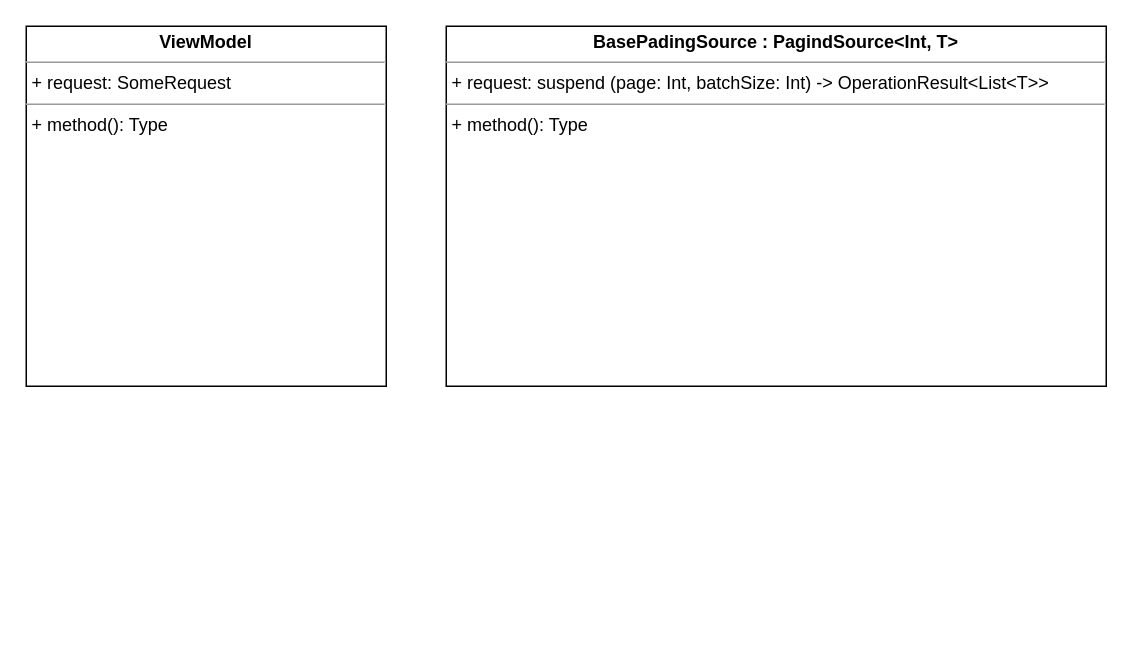
The draw.io diagram feature/Пагинатор.drawio in ShiryaevNikolay/diagrams, before the edit. Source tidied: cells renumbered, new cells numbered last; positions are measured from the earlier drawing's top-left corner, leaving out a move shared by most shapes. Both pictures are drawn from the tidied source at 150%, with x=0, y=0 at pixel (26, 26).
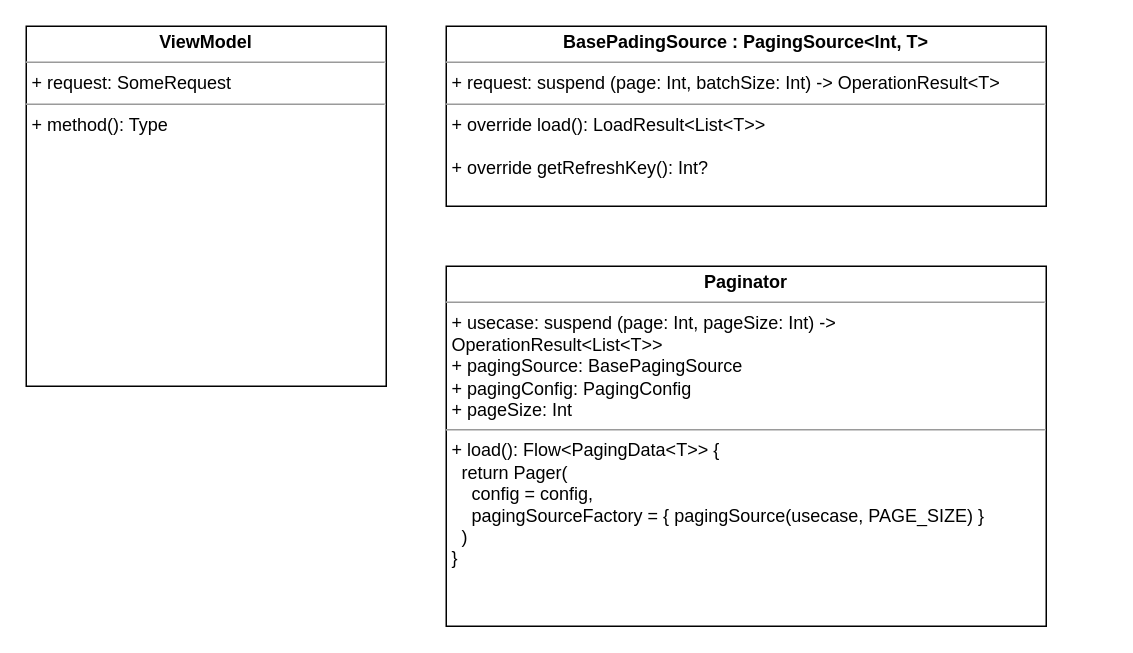
After the change.

The edit, as a diff of the source:
```diff
@@
 <mxGraphModel>
   <root>
     <mxCell id="0" />
     <mxCell id="1" parent="0" />
     <mxCell id="2" value="&lt;p style=&quot;margin:0px;margin-top:4px;text-align:center;&quot;&gt;&lt;b&gt;ViewModel&lt;/b&gt;&lt;br&gt;&lt;/p&gt;&lt;hr size=&quot;1&quot;&gt;&lt;p style=&quot;margin:0px;margin-left:4px;&quot;&gt;+ request: SomeRequest&lt;/p&gt;&lt;hr size=&quot;1&quot;&gt;&lt;p style=&quot;margin:0px;margin-left:4px;&quot;&gt;+ method(): Type&lt;/p&gt;" style="verticalAlign=top;align=left;overflow=fill;fontSize=12;fontFamily=Helvetica;html=1;whiteSpace=wrap;" parent="1" vertex="1">
       <mxGeometry width="240" height="240" as="geometry" />
     </mxCell>
-    <mxCell id="3" value="&lt;p style=&quot;margin:0px;margin-top:4px;text-align:center;&quot;&gt;&lt;b&gt;BasePadingSource : PagindSource&amp;lt;Int, T&amp;gt;&lt;br&gt;&lt;/b&gt;&lt;/p&gt;&lt;hr size=&quot;1&quot;&gt;&lt;p style=&quot;margin:0px;margin-left:4px;&quot;&gt;+ request: suspend (page: Int, batchSize: Int) -&amp;gt; OperationResult&amp;lt;List&amp;lt;T&amp;gt;&amp;gt;&lt;br&gt;&lt;/p&gt;&lt;hr size=&quot;1&quot;&gt;&lt;p style=&quot;margin:0px;margin-left:4px;&quot;&gt;+ method(): Type&lt;/p&gt;" style="verticalAlign=top;align=left;overflow=fill;fontSize=12;fontFamily=Helvetica;html=1;whiteSpace=wrap;" parent="1" vertex="1">
-      <mxGeometry x="280" width="440" height="240" as="geometry" />
+    <mxCell id="3" value="&lt;p style=&quot;margin:0px;margin-top:4px;text-align:center;&quot;&gt;&lt;b&gt;BasePadingSource : PagingSource&amp;lt;Int, T&amp;gt;&lt;br&gt;&lt;/b&gt;&lt;/p&gt;&lt;hr size=&quot;1&quot;&gt;&lt;p style=&quot;margin:0px;margin-left:4px;&quot;&gt;+ request: suspend (page: Int, batchSize: Int) -&amp;gt; OperationResult&amp;lt;T&amp;gt;&lt;br&gt;&lt;/p&gt;&lt;hr size=&quot;1&quot;&gt;&lt;p style=&quot;margin:0px;margin-left:4px;&quot;&gt;+ override load(): LoadResult&amp;lt;List&amp;lt;T&amp;gt;&amp;gt;&lt;br&gt;&lt;/p&gt;&lt;p style=&quot;margin:0px;margin-left:4px;&quot;&gt;&lt;br&gt;&lt;/p&gt;&lt;p style=&quot;margin:0px;margin-left:4px;&quot;&gt;+ override getRefreshKey(): Int?&lt;br&gt;&lt;/p&gt;" style="verticalAlign=top;align=left;overflow=fill;fontSize=12;fontFamily=Helvetica;html=1;whiteSpace=wrap;" parent="1" vertex="1">
+      <mxGeometry x="280" width="400" height="120" as="geometry" />
     </mxCell>
+    <mxCell id="4" value="&lt;p style=&quot;margin:0px;margin-top:4px;text-align:center;&quot;&gt;&lt;b&gt;Paginator&lt;/b&gt;&lt;br&gt;&lt;/p&gt;&lt;hr size=&quot;1&quot;&gt;&lt;p style=&quot;margin:0px;margin-left:4px;&quot;&gt;+ usecase: suspend (page: Int, pageSize: Int) -&amp;gt; OperationResult&amp;lt;List&amp;lt;T&amp;gt;&amp;gt;&lt;br&gt;&lt;/p&gt;&lt;p style=&quot;margin:0px;margin-left:4px;&quot;&gt;+ pagingSource: BasePagingSource&lt;/p&gt;&lt;p style=&quot;margin:0px;margin-left:4px;&quot;&gt;+ pagingConfig: PagingConfig&lt;/p&gt;&lt;p style=&quot;margin:0px;margin-left:4px;&quot;&gt;+ pageSize: Int&lt;br&gt;&lt;/p&gt;&lt;hr size=&quot;1&quot;&gt;&lt;p style=&quot;margin:0px;margin-left:4px;&quot;&gt;+ load(): Flow&amp;lt;PagingData&amp;lt;T&amp;gt;&amp;gt; {&lt;/p&gt;&lt;p style=&quot;margin:0px;margin-left:4px;&quot;&gt;&amp;nbsp; return Pager(&lt;/p&gt;&lt;p style=&quot;margin:0px;margin-left:4px;&quot;&gt;&amp;nbsp;&amp;nbsp;&amp;nbsp; config = config,&lt;/p&gt;&lt;p style=&quot;margin:0px;margin-left:4px;&quot;&gt;&amp;nbsp;&amp;nbsp;&amp;nbsp; pagingSourceFactory = { pagingSource(usecase, PAGE_SIZE) }&lt;br&gt;&lt;/p&gt;&lt;p style=&quot;margin:0px;margin-left:4px;&quot;&gt;&amp;nbsp; )&lt;br&gt;&lt;/p&gt;&lt;p style=&quot;margin:0px;margin-left:4px;&quot;&gt;}&lt;br&gt;&lt;/p&gt;" style="verticalAlign=top;align=left;overflow=fill;fontSize=12;fontFamily=Helvetica;html=1;whiteSpace=wrap;" parent="1" vertex="1">
+      <mxGeometry x="280" y="160" width="400" height="240" as="geometry" />
+    </mxCell>
   </root>
 </mxGraphModel>
```
